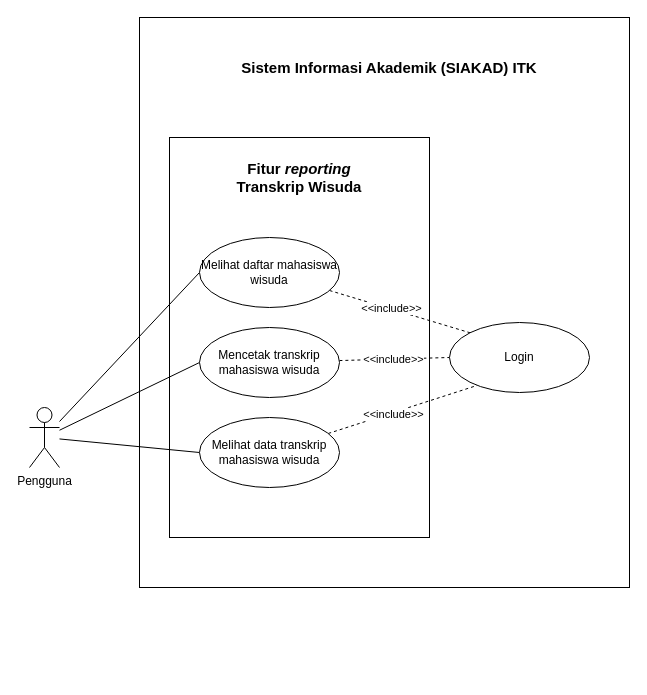
RidhoAnshory/drawiocloud keeps this draw.io diagram as page "UseCase" (11 of 13) of SIAKAD ERD.drawio. Above is the earlier version. Source tidied: cells renumbered, new cells numbered last; positions are measured from the earlier drawing's top-left corner, leaving out a move shared by most shapes. Both pictures are drawn from the tidied source at 100%, with x=0, y=0 at pixel (29, 17).
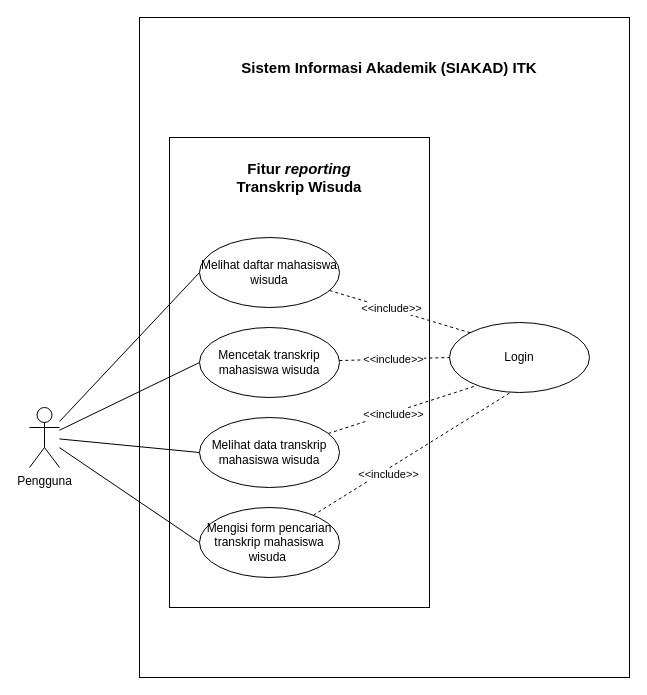
Above is the later version.

Unchanged cells that the change refers to:
```xml
<mxCell id="7" value="Pengguna" style="shape=umlActor;verticalLabelPosition=bottom;verticalAlign=top;html=1;" parent="1" vertex="1">
  <mxGeometry y="390" width="30" height="60" as="geometry" />
</mxCell>
<mxCell id="15" value="Login" style="ellipse;whiteSpace=wrap;html=1;" parent="1" vertex="1">
  <mxGeometry x="420" y="305" width="140" height="70" as="geometry" />
</mxCell>
```

Diff of the diagram source:
```diff
@@
     <mxCell id="2" style="rounded=0;whiteSpace=wrap;html=1;" parent="1" vertex="1">
-      <mxGeometry x="110" width="490" height="570" as="geometry" />
+      <mxGeometry x="110" width="490" height="660" as="geometry" />
     </mxCell>
     <mxCell id="3" style="rounded=0;whiteSpace=wrap;html=1;" parent="1" vertex="1">
-      <mxGeometry x="140" y="120" width="260" height="400" as="geometry" />
+      <mxGeometry x="140" y="120" width="260" height="470" as="geometry" />
     </mxCell>
@@
+    <mxCell id="20" style="edgeStyle=none;rounded=0;jettySize=auto;html=1;entryX=0;entryY=0.5;entryDx=0;entryDy=0;endArrow=none;endFill=0;fontFamily=Helvetica;fontSize=11;" parent="1" edge="1" source="7" target="22">
+      <mxGeometry relative="1" as="geometry" />
+    </mxCell>
@@
+    <mxCell id="21" style="edgeStyle=none;rounded=0;jettySize=auto;html=1;entryX=0.441;entryY=0.993;entryDx=0;entryDy=0;entryPerimeter=0;dashed=1;endArrow=none;endFill=0;fontFamily=Helvetica;fontSize=11;" parent="1" edge="1" source="22" target="15">
+      <mxGeometry relative="1" as="geometry" />
+    </mxCell>
+    <mxCell id="22" value="Mengisi form pencarian transkrip mahasiswa&lt;br&gt;wisuda&amp;nbsp;" style="ellipse;whiteSpace=wrap;html=1;" parent="1" vertex="1">
+      <mxGeometry x="170" y="490" width="140" height="70" as="geometry" />
+    </mxCell>
+    <mxCell id="23" value="&amp;lt;&amp;lt;include&amp;gt;&amp;gt;" style="edgeLabel;html=1;align=center;verticalAlign=middle;" parent="1" vertex="1">
+      <mxGeometry x="355" y="450" as="geometry">
+        <mxPoint x="3" y="6" as="offset" />
+      </mxGeometry>
+    </mxCell>
```
